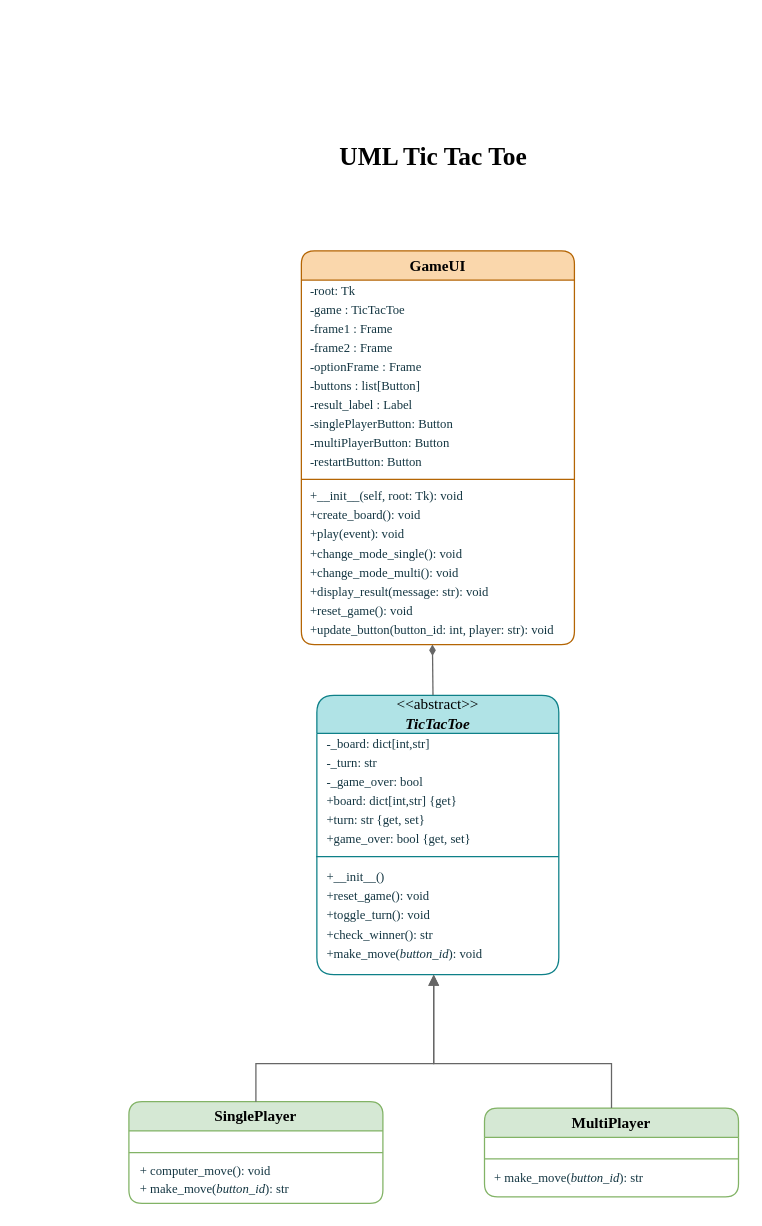
Above: Untitled Diagram.drawio in Ratriika347/Ratriika347.github.io (draw.io), before the change. Source tidied: cells renumbered, new cells numbered last; positions are measured from the earlier drawing's top-left corner, leaving out a move shared by most shapes. Both pictures are drawn from the tidied source at 127%, with x=0, y=0 at pixel (128, 136).
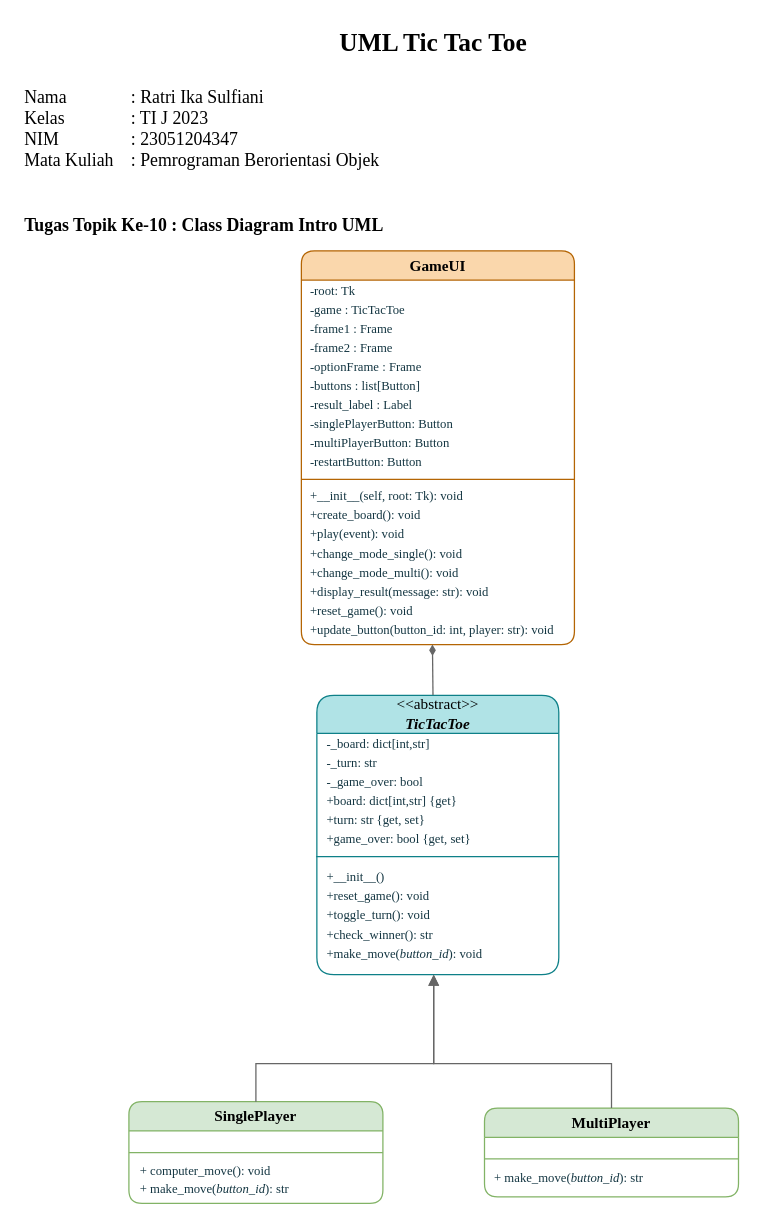
The same diagram, later.

Diff of the diagram source:
```diff
@@
     <mxCell id="45" value="&lt;font style=&quot;font-size: 20px;&quot; face=&quot;Times New Roman&quot;&gt;&lt;b&gt;UML Tic Tac Toe&lt;/b&gt;&lt;/font&gt;" style="text;html=1;align=center;verticalAlign=middle;whiteSpace=wrap;rounded=0;fontFamily=Architects Daughter;" parent="1" vertex="1">
-      <mxGeometry x="150" width="180" height="30" as="geometry" />
+      <mxGeometry x="150" y="-90" width="180" height="30" as="geometry" />
     </mxCell>
+    <mxCell id="46" value="&lt;font style=&quot;font-size: 14px;&quot; face=&quot;Times New Roman&quot;&gt;Nama&lt;span style=&quot;white-space: pre;&quot;&gt;&#9;&lt;span style=&quot;white-space: pre;&quot;&gt;&#9;&lt;/span&gt;&lt;/span&gt;: Ratri Ika Sulfiani&lt;/font&gt;&lt;div style=&quot;font-size: 14px;&quot;&gt;&lt;font style=&quot;font-size: 14px;&quot; face=&quot;Times New Roman&quot;&gt;Kelas&lt;span style=&quot;white-space: pre;&quot;&gt;&#9;&lt;span style=&quot;white-space: pre;&quot;&gt;&#9;&lt;/span&gt;&lt;/span&gt;: TI J 2023&lt;/font&gt;&lt;/div&gt;&lt;div style=&quot;font-size: 14px;&quot;&gt;&lt;font style=&quot;font-size: 14px;&quot; face=&quot;Times New Roman&quot;&gt;NIM&lt;span style=&quot;white-space: pre;&quot;&gt;&#9;&lt;span style=&quot;white-space: pre;&quot;&gt;&#9;&lt;/span&gt;&lt;/span&gt;: 23051204347&lt;/font&gt;&lt;/div&gt;&lt;div style=&quot;font-size: 14px;&quot;&gt;&lt;font style=&quot;font-size: 14px;&quot; face=&quot;Times New Roman&quot;&gt;Mata Kuliah&lt;span style=&quot;white-space: pre;&quot;&gt;&#9;&lt;/span&gt;: Pemrograman Berorientasi Objek&lt;/font&gt;&lt;/div&gt;&lt;div style=&quot;font-size: 14px;&quot;&gt;&lt;font style=&quot;font-size: 14px;&quot; face=&quot;Times New Roman&quot;&gt;&lt;br&gt;&lt;/font&gt;&lt;/div&gt;&lt;div style=&quot;font-size: 14px;&quot;&gt;&lt;font style=&quot;font-size: 14px;&quot; face=&quot;Times New Roman&quot;&gt;&lt;br&gt;&lt;/font&gt;&lt;/div&gt;&lt;div style=&quot;font-size: 14px;&quot;&gt;&lt;font style=&quot;font-size: 14px;&quot; face=&quot;Times New Roman&quot;&gt;&lt;b style=&quot;&quot;&gt;Tugas Topik Ke-10 : Class Diagram Intro UML&lt;/b&gt;&lt;/font&gt;&lt;/div&gt;" style="text;html=1;align=left;verticalAlign=middle;whiteSpace=wrap;rounded=0;fontFamily=Architects Daughter;" parent="1" vertex="1">
+      <mxGeometry x="-84" y="-40" width="360" height="120" as="geometry" />
+    </mxCell>
```
